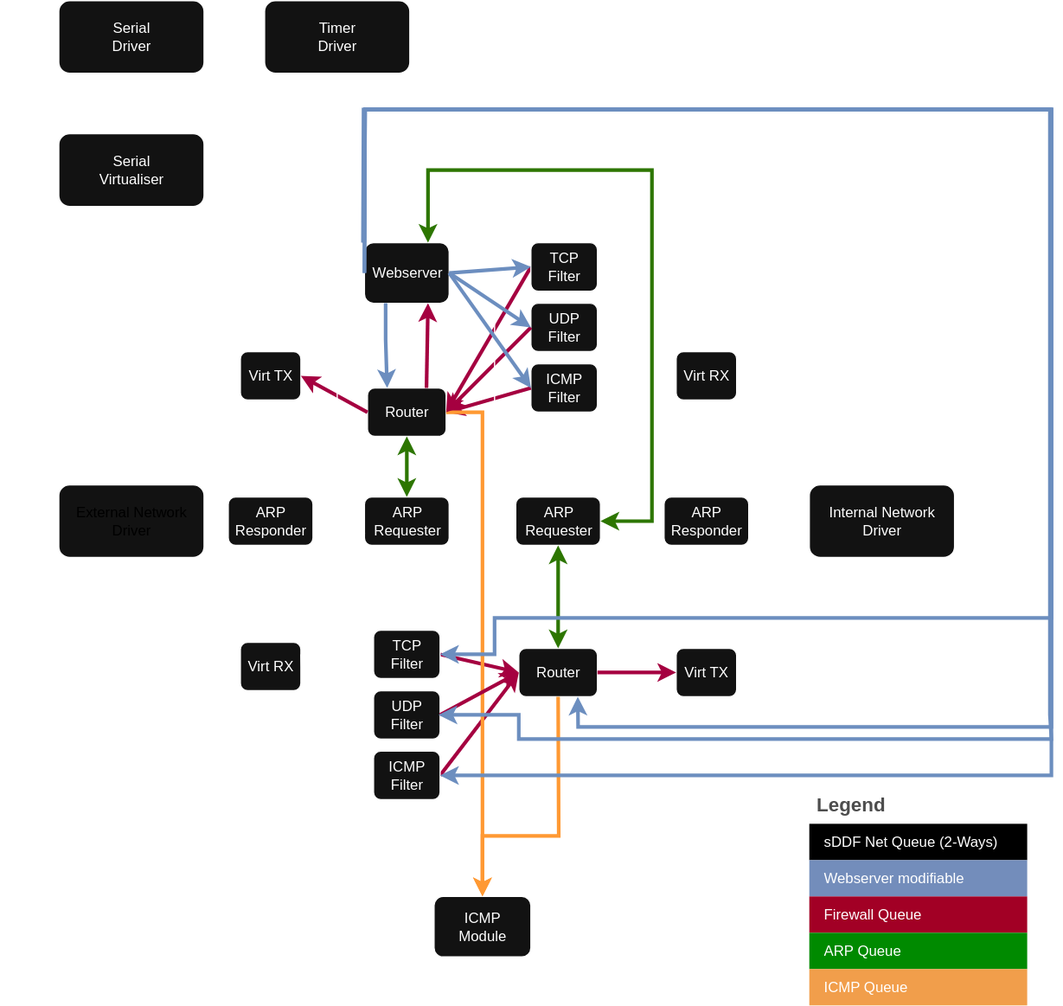
Earlier version of the draw.io export static/firewall.svg (au-ts/lionsos.org). Source tidied: cells renumbered, new cells last; positions are measured from the earlier drawing's top-left corner, leaving out a move shared by most shapes.
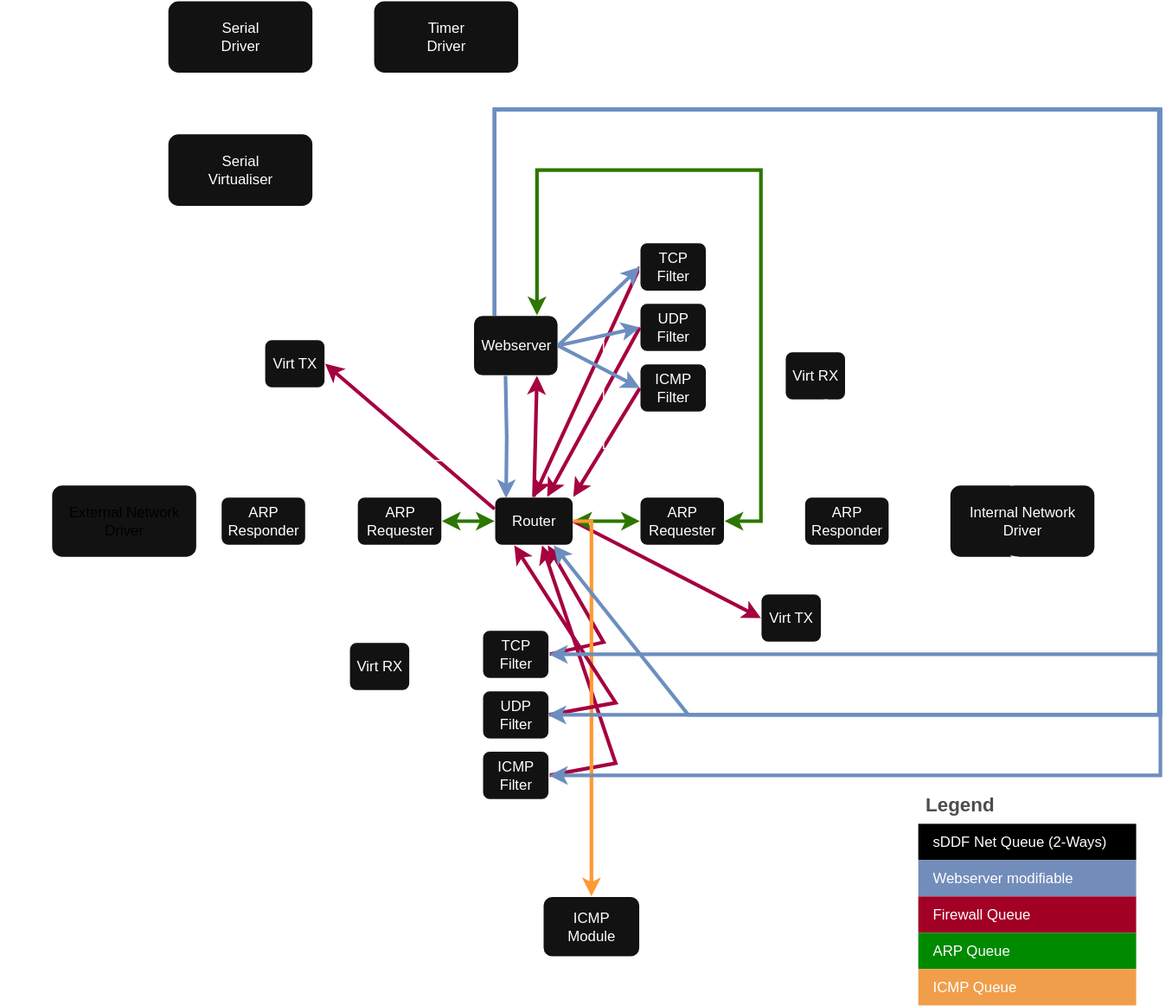
Later version of the same file.

Change to the diagram source:
```diff
@@ -5,12 +5,12 @@
     <mxCell id="2" value="&lt;div&gt;&lt;span style=&quot;background-color: transparent; color: light-dark(rgb(0, 0, 0), rgb(255, 255, 255));&quot;&gt;External Network Driver&lt;/span&gt;&lt;/div&gt;" style="rounded=1;whiteSpace=wrap;html=1;" parent="1" vertex="1">
-      <mxGeometry x="40" y="400" width="120" height="60" as="geometry" />
+      <mxGeometry x="-56" y="400" width="120" height="60" as="geometry" />
     </mxCell>
     <mxCell id="3" value="&lt;div&gt;Internal Network Driver&lt;/div&gt;" style="rounded=1;whiteSpace=wrap;html=1;" parent="1" vertex="1">
-      <mxGeometry x="660" y="400" width="120" height="60" as="geometry" />
+      <mxGeometry x="686" y="400" width="120" height="60" as="geometry" />
     </mxCell>
     <mxCell id="4" value="Virt TX" style="rounded=1;whiteSpace=wrap;html=1;" parent="1" vertex="1">
-      <mxGeometry x="190" y="290" width="50" height="40" as="geometry" />
+      <mxGeometry x="120" y="280" width="50" height="40" as="geometry" />
     </mxCell>
     <mxCell id="5" value="Virt TX" style="rounded=1;whiteSpace=wrap;html=1;" parent="1" vertex="1">
-      <mxGeometry x="550" y="535" width="50" height="40" as="geometry" />
+      <mxGeometry x="530" y="490" width="50" height="40" as="geometry" />
     </mxCell>
@@ -23,9 +23,6 @@
     <mxCell id="8" value="Router" style="rounded=1;whiteSpace=wrap;html=1;" parent="1" vertex="1">
-      <mxGeometry x="420" y="535" width="65" height="40" as="geometry" />
+      <mxGeometry x="310" y="410" width="65" height="40" as="geometry" />
     </mxCell>
-    <mxCell id="9" value="Router" style="rounded=1;whiteSpace=wrap;html=1;" parent="1" vertex="1">
-      <mxGeometry x="295" y="320" width="65" height="40" as="geometry" />
-    </mxCell>
     <mxCell id="10" value="Webserver" style="rounded=1;whiteSpace=wrap;html=1;" parent="1" vertex="1">
-      <mxGeometry x="292.5" y="200" width="70" height="50" as="geometry" />
+      <mxGeometry x="292.5" y="260" width="70" height="50" as="geometry" />
     </mxCell>
@@ -40,7 +37,15 @@
     </mxCell>
-    <mxCell id="14" style="endArrow=classic;html=1;rounded=0;exitX=1;exitY=0.5;exitDx=0;exitDy=0;entryX=0;entryY=0.5;entryDx=0;entryDy=0;fillColor=#d80073;strokeColor=#A50040;strokeWidth=3;" parent="1" edge="1" source="52" target="8">
-      <mxGeometry relative="1" as="geometry" />
+    <mxCell id="14" style="endArrow=classic;html=1;rounded=0;exitX=1;exitY=0.5;exitDx=0;exitDy=0;fillColor=#d80073;strokeColor=#A50040;strokeWidth=3;" parent="1" edge="1" source="52" target="8">
+      <mxGeometry relative="1" as="geometry">
+        <Array as="points">
+          <mxPoint x="410" y="630" />
+        </Array>
+      </mxGeometry>
     </mxCell>
-    <mxCell id="15" style="endArrow=classic;html=1;rounded=0;exitX=1;exitY=0.5;exitDx=0;exitDy=0;entryX=0;entryY=0.5;entryDx=0;entryDy=0;fillColor=#d80073;strokeColor=#A50040;strokeWidth=3;" parent="1" edge="1" source="54" target="8">
-      <mxGeometry relative="1" as="geometry" />
+    <mxCell id="15" style="endArrow=classic;html=1;rounded=0;exitX=1;exitY=0.5;exitDx=0;exitDy=0;fillColor=#d80073;strokeColor=#A50040;strokeWidth=3;" parent="1" edge="1" source="54" target="8">
+      <mxGeometry relative="1" as="geometry">
+        <Array as="points">
+          <mxPoint x="400" y="530" />
+        </Array>
+      </mxGeometry>
     </mxCell>
@@ -53,3 +58,3 @@
     <mxCell id="18" value="&lt;div&gt;ARP&lt;/div&gt;&lt;div&gt;Responder&lt;/div&gt;" style="rounded=1;whiteSpace=wrap;html=1;" parent="1" vertex="1">
-      <mxGeometry x="180" y="410" width="70" height="40" as="geometry" />
+      <mxGeometry x="84" y="410" width="70" height="40" as="geometry" />
     </mxCell>
@@ -62,6 +67,6 @@
     <mxCell id="21" value="&lt;div&gt;ARP&lt;/div&gt;&lt;div&gt;Responder&lt;/div&gt;" style="rounded=1;whiteSpace=wrap;html=1;" parent="1" vertex="1">
-      <mxGeometry x="540" y="410" width="70" height="40" as="geometry" />
+      <mxGeometry x="566" y="410" width="70" height="40" as="geometry" />
     </mxCell>
     <mxCell id="22" value="&lt;div&gt;ARP&lt;/div&gt;&lt;div&gt;Requester&lt;/div&gt;" style="rounded=1;whiteSpace=wrap;html=1;" parent="1" vertex="1">
-      <mxGeometry x="417.5" y="410" width="70" height="40" as="geometry" />
+      <mxGeometry x="430" y="410" width="70" height="40" as="geometry" />
     </mxCell>
@@ -70,3 +75,3 @@
     </mxCell>
-    <mxCell id="24" style="endArrow=classic;startArrow=classic;html=1;rounded=0;entryX=0.5;entryY=1;entryDx=0;entryDy=0;exitX=0.5;exitY=0;exitDx=0;exitDy=0;fillColor=#60a917;strokeColor=#2D7600;strokeWidth=3;" parent="1" edge="1" source="8" target="22">
+    <mxCell id="24" style="endArrow=classic;startArrow=classic;html=1;rounded=0;entryX=0;entryY=0.5;entryDx=0;entryDy=0;fillColor=#60a917;strokeColor=#2D7600;strokeWidth=3;exitX=1;exitY=0.5;exitDx=0;exitDy=0;" parent="1" edge="1" source="8" target="22">
       <mxGeometry relative="1" as="geometry" />
@@ -89,3 +94,3 @@
     <mxCell id="30" value="&lt;div&gt;ARP&lt;/div&gt;&lt;div&gt;Requester&lt;/div&gt;" style="rounded=1;whiteSpace=wrap;html=1;" parent="1" vertex="1">
-      <mxGeometry x="292.5" y="410" width="70" height="40" as="geometry" />
+      <mxGeometry x="196.5" y="410" width="70" height="40" as="geometry" />
     </mxCell>
@@ -100,18 +105,18 @@
     </mxCell>
-    <mxCell id="34" style="endArrow=classic;html=1;rounded=0;exitX=0;exitY=0.5;exitDx=0;exitDy=0;entryX=1;entryY=0.5;entryDx=0;entryDy=0;fillColor=#d80073;strokeColor=#A50040;strokeWidth=3;" parent="1" edge="1" source="31" target="9">
+    <mxCell id="34" style="endArrow=classic;html=1;rounded=0;exitX=0;exitY=0.5;exitDx=0;exitDy=0;entryX=1;entryY=0;entryDx=0;entryDy=0;fillColor=#d80073;strokeColor=#A50040;strokeWidth=3;" parent="1" edge="1" source="31" target="8">
       <mxGeometry relative="1" as="geometry" />
     </mxCell>
-    <mxCell id="35" style="endArrow=classic;html=1;rounded=0;exitX=0;exitY=0.5;exitDx=0;exitDy=0;entryX=1;entryY=0.5;entryDx=0;entryDy=0;fillColor=#d80073;strokeColor=#A50040;strokeWidth=3;" parent="1" edge="1" source="49" target="9">
+    <mxCell id="35" style="endArrow=classic;html=1;rounded=0;exitX=0;exitY=0.5;exitDx=0;exitDy=0;entryX=0.5;entryY=0;entryDx=0;entryDy=0;fillColor=#d80073;strokeColor=#A50040;strokeWidth=3;" parent="1" edge="1" source="49" target="8">
       <mxGeometry relative="1" as="geometry" />
     </mxCell>
-    <mxCell id="36" style="endArrow=classic;html=1;rounded=0;exitX=0;exitY=0.5;exitDx=0;exitDy=0;entryX=1;entryY=0.5;entryDx=0;entryDy=0;fillColor=#d80073;strokeColor=#A50040;strokeWidth=3;" parent="1" edge="1" source="9" target="4">
+    <mxCell id="36" style="endArrow=classic;html=1;rounded=0;exitX=0;exitY=0.25;exitDx=0;exitDy=0;entryX=1;entryY=0.5;entryDx=0;entryDy=0;fillColor=#d80073;strokeColor=#A50040;strokeWidth=3;" parent="1" edge="1" source="8" target="4">
       <mxGeometry relative="1" as="geometry" />
     </mxCell>
-    <mxCell id="37" style="endArrow=classic;html=1;rounded=0;exitX=0;exitY=0.5;exitDx=0;exitDy=0;entryX=0.5;entryY=1;entryDx=0;entryDy=0;startArrow=classic;startFill=1;" parent="1" edge="1" source="30" target="4">
+    <mxCell id="37" style="endArrow=classic;html=1;rounded=0;entryX=0.5;entryY=1;entryDx=0;entryDy=0;startArrow=classic;startFill=1;" parent="1" edge="1" source="30" target="4">
       <mxGeometry relative="1" as="geometry" />
     </mxCell>
-    <mxCell id="38" style="endArrow=classic;html=1;rounded=0;exitX=1;exitY=0.5;exitDx=0;exitDy=0;entryX=0;entryY=0.5;entryDx=0;entryDy=0;startArrow=classic;startFill=1;" parent="1" edge="1" source="6" target="30">
+    <mxCell id="38" style="endArrow=classic;html=1;rounded=0;exitX=0.5;exitY=0;exitDx=0;exitDy=0;startArrow=classic;startFill=1;" parent="1" edge="1" source="6" target="30">
       <mxGeometry relative="1" as="geometry" />
     </mxCell>
-    <mxCell id="39" style="endArrow=classic;startArrow=classic;html=1;rounded=0;entryX=0.5;entryY=1;entryDx=0;entryDy=0;fillColor=#60a917;strokeColor=#2D7600;strokeWidth=3;" parent="1" edge="1" source="30" target="9">
+    <mxCell id="39" style="endArrow=classic;startArrow=classic;html=1;rounded=0;entryX=0;entryY=0.5;entryDx=0;entryDy=0;fillColor=#60a917;strokeColor=#2D7600;strokeWidth=3;" parent="1" edge="1" source="30" target="8">
       <mxGeometry relative="1" as="geometry" />
@@ -123,3 +128,3 @@
           <mxPoint x="820" y="120" />
-          <mxPoint x="820" y="555" />
+          <mxPoint x="820" y="510" />
         </Array>
@@ -130,14 +135,6 @@
     </mxCell>
-    <mxCell id="42" style="endArrow=classic;html=1;rounded=0;exitX=0.5;exitY=1;exitDx=0;exitDy=0;entryX=0.5;entryY=0;entryDx=0;entryDy=0;fillColor=#fa6800;strokeColor=#FF9933;strokeWidth=3;" parent="1" edge="1" source="8" target="41">
-      <mxGeometry relative="1" as="geometry">
-        <Array as="points">
-          <mxPoint x="453" y="690" />
-          <mxPoint x="390" y="690" />
-        </Array>
-      </mxGeometry>
-    </mxCell>
-    <mxCell id="43" style="endArrow=classic;html=1;rounded=0;exitX=1;exitY=0.5;exitDx=0;exitDy=0;entryX=0.5;entryY=0;entryDx=0;entryDy=0;fillColor=#e3c800;strokeColor=#FF9933;strokeWidth=3;" parent="1" edge="1" source="9" target="41">
+    <mxCell id="43" style="endArrow=classic;html=1;rounded=0;exitX=1;exitY=0.5;exitDx=0;exitDy=0;entryX=0.5;entryY=0;entryDx=0;entryDy=0;fillColor=#e3c800;strokeColor=#FF9933;strokeWidth=3;" parent="1" edge="1" source="8" target="41">
       <mxGeometry relative="1" as="geometry">
         <Array as="points">
-          <mxPoint x="390" y="340" />
+          <mxPoint x="390" y="430" />
         </Array>
@@ -155,5 +152,6 @@
         <Array as="points">
-          <mxPoint y="765" />
-          <mxPoint y="220" />
-          <mxPoint x="215" y="220" />
+          <mxPoint x="-90" y="760" />
+          <mxPoint x="-90" y="470" />
+          <mxPoint x="-90" y="220" />
+          <mxPoint x="145" y="220" />
         </Array>
@@ -176,3 +174,3 @@
     </mxCell>
-    <mxCell id="51" style="endArrow=classic;html=1;rounded=0;exitX=0;exitY=0.5;exitDx=0;exitDy=0;entryX=1;entryY=0.5;entryDx=0;entryDy=0;fillColor=#d80073;strokeColor=#A50040;strokeWidth=3;" parent="1" edge="1" source="48" target="9">
+    <mxCell id="51" style="endArrow=classic;html=1;rounded=0;exitX=0;exitY=0.5;exitDx=0;exitDy=0;fillColor=#d80073;strokeColor=#A50040;strokeWidth=3;" parent="1" edge="1" source="48" target="8">
       <mxGeometry relative="1" as="geometry" />
@@ -191,4 +189,8 @@
     </mxCell>
-    <mxCell id="56" style="endArrow=classic;html=1;rounded=0;exitX=1;exitY=0.5;exitDx=0;exitDy=0;entryX=0;entryY=0.5;entryDx=0;entryDy=0;fillColor=#d80073;strokeColor=#A50040;strokeWidth=3;" parent="1" edge="1" source="53" target="8">
-      <mxGeometry relative="1" as="geometry" />
+    <mxCell id="56" style="endArrow=classic;html=1;rounded=0;exitX=1;exitY=0.5;exitDx=0;exitDy=0;entryX=0.25;entryY=1;entryDx=0;entryDy=0;fillColor=#d80073;strokeColor=#A50040;strokeWidth=3;" parent="1" edge="1" source="53" target="8">
+      <mxGeometry relative="1" as="geometry">
+        <Array as="points">
+          <mxPoint x="410" y="580" />
+        </Array>
+      </mxGeometry>
     </mxCell>
@@ -203,3 +205,3 @@
         <Array as="points">
-          <mxPoint x="310" y="380" />
+          <mxPoint x="214" y="380" />
           <mxPoint x="270" y="380" />
@@ -232,6 +234,6 @@
     </mxCell>
-    <mxCell id="66" style="endArrow=classic;html=1;rounded=0;exitX=0;exitY=0.5;exitDx=0;exitDy=0;entryX=1;entryY=0.5;entryDx=0;entryDy=0;fillColor=#dae8fc;strokeColor=#6c8ebf;strokeWidth=3;" parent="1" edge="1" source="10" target="52">
+    <mxCell id="66" style="endArrow=classic;html=1;rounded=0;exitX=0.25;exitY=0;exitDx=0;exitDy=0;entryX=1;entryY=0.5;entryDx=0;entryDy=0;fillColor=#dae8fc;strokeColor=#6c8ebf;strokeWidth=3;" parent="1" edge="1" source="10" target="52">
       <mxGeometry relative="1" as="geometry">
         <Array as="points">
-          <mxPoint x="293" y="90" />
+          <mxPoint x="310" y="90" />
           <mxPoint x="860" y="90" />
@@ -241,12 +243,10 @@
     </mxCell>
-    <mxCell id="67" style="endArrow=classic;html=1;rounded=0;exitX=0;exitY=0;exitDx=0;exitDy=0;entryX=1;entryY=0.5;entryDx=0;entryDy=0;fillColor=#dae8fc;strokeColor=#6c8ebf;strokeWidth=3;" parent="1" edge="1">
+    <mxCell id="67" style="endArrow=classic;html=1;rounded=0;exitX=0.25;exitY=0;exitDx=0;exitDy=0;entryX=1;entryY=0.5;entryDx=0;entryDy=0;fillColor=#dae8fc;strokeColor=#6c8ebf;strokeWidth=3;" parent="1" edge="1" source="10">
       <mxGeometry relative="1" as="geometry">
-        <mxPoint x="291.2" y="200" as="sourcePoint" />
         <mxPoint x="353.8" y="590" as="targetPoint" />
         <Array as="points">
-          <mxPoint x="291.8" y="90" />
+          <mxPoint x="310" y="90" />
           <mxPoint x="858.8" y="90" />
           <mxPoint x="858.8" y="590" />
-          <mxPoint x="860" y="610" />
-          <mxPoint x="420" y="610" />
+          <mxPoint x="560" y="590" />
           <mxPoint x="420" y="590" />
@@ -255,9 +255,10 @@
     </mxCell>
-    <mxCell id="68" style="endArrow=classic;html=1;rounded=0;exitX=0;exitY=0;exitDx=0;exitDy=0;entryX=1;entryY=0.5;entryDx=0;entryDy=0;fillColor=#dae8fc;strokeColor=#6c8ebf;strokeWidth=3;" parent="1" edge="1" source="10" target="54">
+    <mxCell id="68" style="endArrow=classic;html=1;rounded=0;entryX=1;entryY=0.5;entryDx=0;entryDy=0;fillColor=#dae8fc;strokeColor=#6c8ebf;strokeWidth=3;" parent="1" edge="1" target="54">
       <mxGeometry relative="1" as="geometry">
+        <mxPoint x="310" y="260" as="sourcePoint" />
         <Array as="points">
-          <mxPoint x="293" y="90" />
+          <mxPoint x="310" y="90" />
           <mxPoint x="860" y="90" />
-          <mxPoint x="860" y="510" />
-          <mxPoint x="400" y="510" />
+          <mxPoint x="860" y="540" />
+          <mxPoint x="640" y="540" />
           <mxPoint x="400" y="540" />
@@ -266,6 +267,7 @@
     </mxCell>
-    <mxCell id="69" style="endArrow=classic;html=1;rounded=0;exitX=0.25;exitY=1;exitDx=0;exitDy=0;entryX=0.25;entryY=0;entryDx=0;entryDy=0;fillColor=#dae8fc;strokeColor=#6c8ebf;strokeWidth=3;" parent="1" edge="1" source="10" target="9">
+    <mxCell id="69" style="endArrow=classic;html=1;rounded=0;fillColor=#dae8fc;strokeColor=#6c8ebf;strokeWidth=3;entryX=0.146;entryY=0.025;entryDx=0;entryDy=0;entryPerimeter=0;" parent="1" edge="1" target="8">
       <mxGeometry relative="1" as="geometry">
+        <mxPoint x="319" y="310" as="sourcePoint" />
         <Array as="points">
-          <mxPoint x="310" y="280" />
+          <mxPoint x="320" y="360" />
         </Array>
@@ -273,3 +275,3 @@
     </mxCell>
-    <mxCell id="70" style="endArrow=classic;html=1;rounded=0;exitX=0.75;exitY=0;exitDx=0;exitDy=0;entryX=0.75;entryY=1;entryDx=0;entryDy=0;fillColor=#d80073;strokeColor=#A50040;strokeWidth=3;" parent="1" edge="1" source="9" target="10">
+    <mxCell id="70" style="endArrow=classic;html=1;rounded=0;exitX=0.5;exitY=0;exitDx=0;exitDy=0;entryX=0.75;entryY=1;entryDx=0;entryDy=0;fillColor=#d80073;strokeColor=#A50040;strokeWidth=3;" parent="1" edge="1" source="8" target="10">
       <mxGeometry relative="1" as="geometry" />
@@ -318,9 +320,10 @@
     </mxCell>
-    <mxCell id="83" style="endArrow=classic;html=1;rounded=0;exitX=0;exitY=0.5;exitDx=0;exitDy=0;entryX=0.75;entryY=1;entryDx=0;entryDy=0;fillColor=#dae8fc;strokeColor=#6c8ebf;strokeWidth=3;" parent="1" edge="1" source="10" target="8">
+    <mxCell id="83" style="endArrow=classic;html=1;rounded=0;exitX=0.25;exitY=0;exitDx=0;exitDy=0;entryX=0.75;entryY=1;entryDx=0;entryDy=0;fillColor=#dae8fc;strokeColor=#6c8ebf;strokeWidth=3;" parent="1" edge="1" source="10" target="8">
       <mxGeometry relative="1" as="geometry">
         <Array as="points">
-          <mxPoint x="293" y="90" />
+          <mxPoint x="310" y="90" />
           <mxPoint x="860" y="90" />
-          <mxPoint x="860" y="600" />
-          <mxPoint x="469" y="600" />
+          <mxPoint x="860" y="590" />
+          <mxPoint x="670" y="590" />
+          <mxPoint x="470" y="590" />
         </Array>
```
